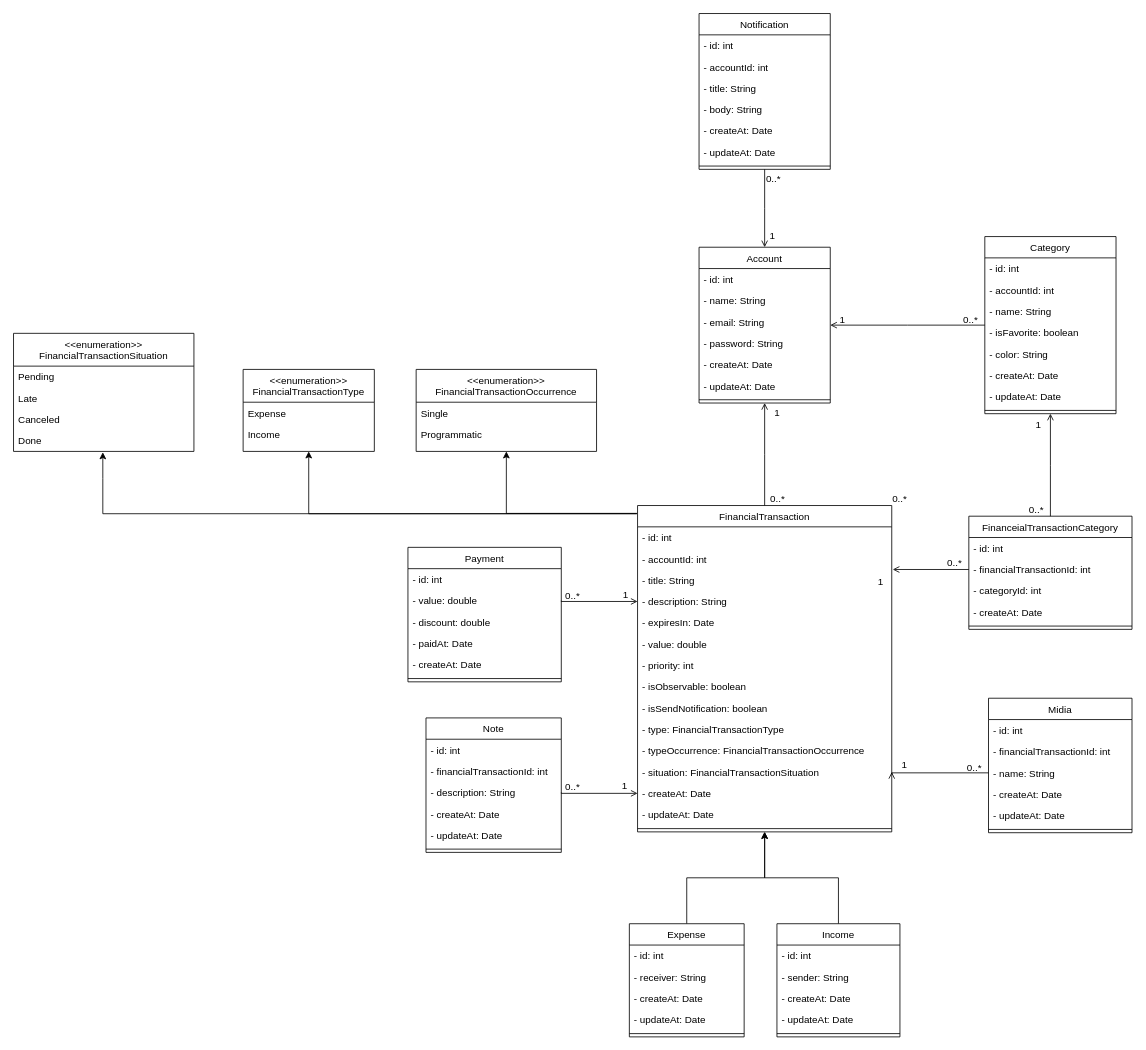
Danrley-Ruan-Saquetti/esliph-finance keeps this draw.io diagram as docs/class.diagram.drawio. Above is the earlier version. Source tidied: cells renumbered, new cells numbered last; positions are measured from the earlier drawing's top-left corner, leaving out a move shared by most shapes. Both pictures are drawn from the tidied source at 82%, with x=0, y=0 at pixel (13, 13).
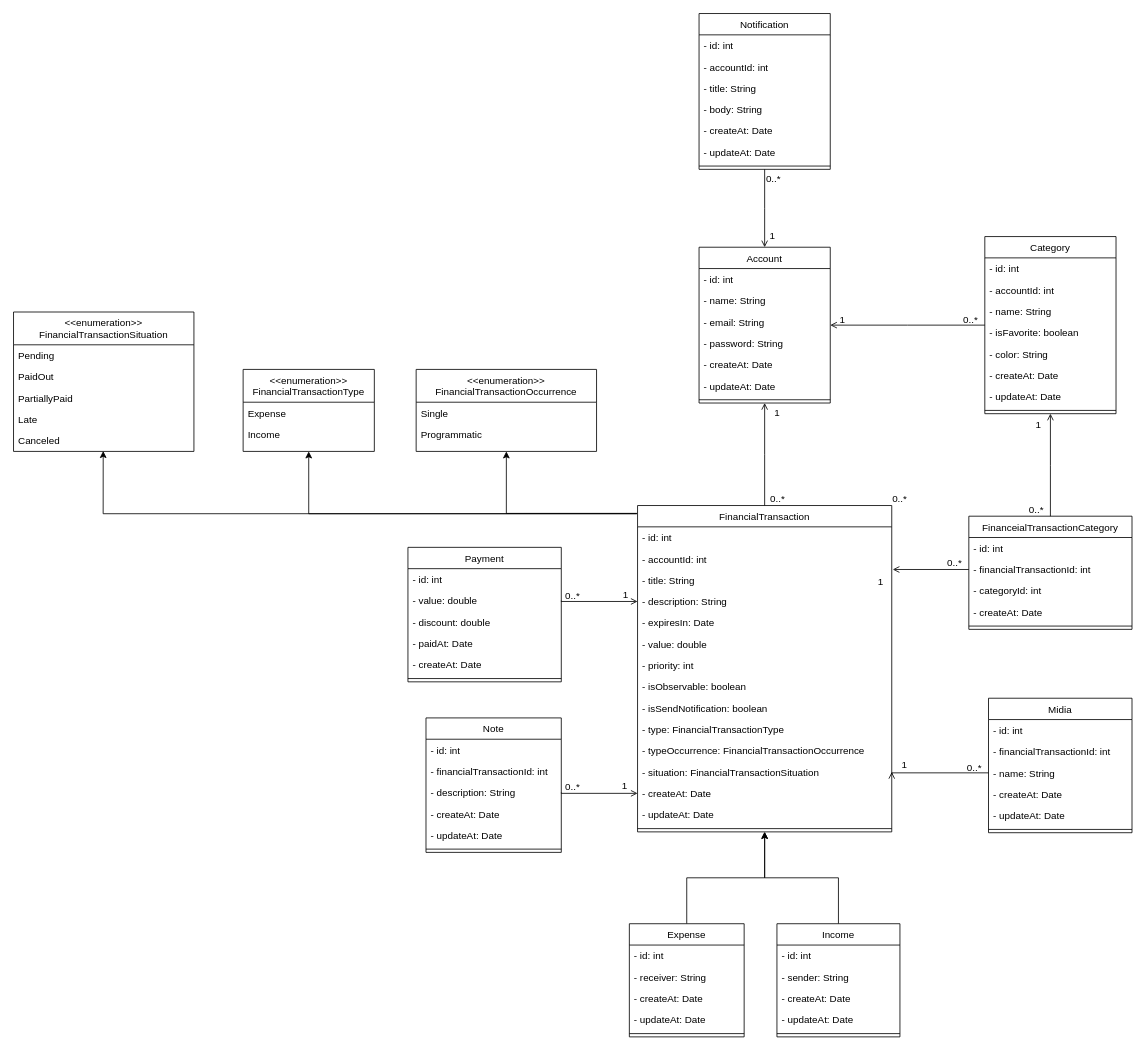
After the change.

Commit message:
Update enumeration situation Financial Transaction

Unchanged cells that the change refers to:
```xml
<mxCell id="25" value="FinancialTransaction" style="swimlane;fontStyle=0;align=center;verticalAlign=top;horizontal=1;startSize=26;rounded=0;shadow=0;strokeWidth=1;" parent="1" vertex="1">
  <mxGeometry x="761" y="600" width="310" height="398" as="geometry" />
</mxCell>
```

The edit, as a diff of the source:
```diff
@@
-    <mxCell id="24" style="edgeStyle=orthogonalEdgeStyle;rounded=0;jettySize=auto;html=1;entryX=0.495;entryY=1.04;entryDx=0;entryDy=0;entryPerimeter=0;exitX=-0.003;exitY=0.025;exitDx=0;exitDy=0;exitPerimeter=0;" parent="1" edge="1" source="25" target="51">
+    <mxCell id="24" style="edgeStyle=orthogonalEdgeStyle;rounded=0;jettySize=auto;html=1;entryX=0.497;entryY=0.98;entryDx=0;entryDy=0;entryPerimeter=0;exitX=-0.003;exitY=0.025;exitDx=0;exitDy=0;exitPerimeter=0;" parent="1" edge="1" source="25" target="50">
       <mxGeometry relative="1" as="geometry" />
     </mxCell>
@@
     <mxCell id="47" value="&lt;&lt;enumeration&gt;&gt;&#10;FinancialTransactionSituation" style="swimlane;fontStyle=0;align=center;verticalAlign=top;horizontal=1;startSize=40;rounded=0;shadow=0;strokeWidth=1;" parent="1" vertex="1">
-      <mxGeometry y="390" width="220" height="144" as="geometry" />
+      <mxGeometry y="364" width="220" height="170" as="geometry" />
     </mxCell>
@@
+    <mxCell id="51" value="PaidOut" style="text;align=left;verticalAlign=top;spacingLeft=4;spacingRight=4;overflow=hidden;points=[[0,0.5],[1,0.5]];portConstraint=eastwest;" parent="47" vertex="1">
+      <mxGeometry y="66" width="220" height="26" as="geometry" />
+    </mxCell>
+    <mxCell id="123" value="PartiallyPaid" style="text;align=left;verticalAlign=top;spacingLeft=4;spacingRight=4;overflow=hidden;" parent="47" vertex="1">
+      <mxGeometry y="92" width="220" height="26" as="geometry" />
+    </mxCell>
     <mxCell id="49" value="Late" style="text;align=left;verticalAlign=top;spacingLeft=4;spacingRight=4;overflow=hidden;" parent="47" vertex="1">
-      <mxGeometry y="66" width="220" height="26" as="geometry" />
+      <mxGeometry y="118" width="220" height="26" as="geometry" />
     </mxCell>
     <mxCell id="50" value="Canceled" style="text;align=left;verticalAlign=top;spacingLeft=4;spacingRight=4;overflow=hidden;points=[[0,0.5],[1,0.5]];portConstraint=eastwest;" parent="47" vertex="1">
-      <mxGeometry y="92" width="220" height="26" as="geometry" />
+      <mxGeometry y="144" width="220" height="26" as="geometry" />
     </mxCell>
-    <mxCell id="51" value="Done" style="text;align=left;verticalAlign=top;spacingLeft=4;spacingRight=4;overflow=hidden;points=[[0,0.5],[1,0.5]];portConstraint=eastwest;" parent="47" vertex="1">
-      <mxGeometry y="118" width="220" height="26" as="geometry" />
-    </mxCell>
```
